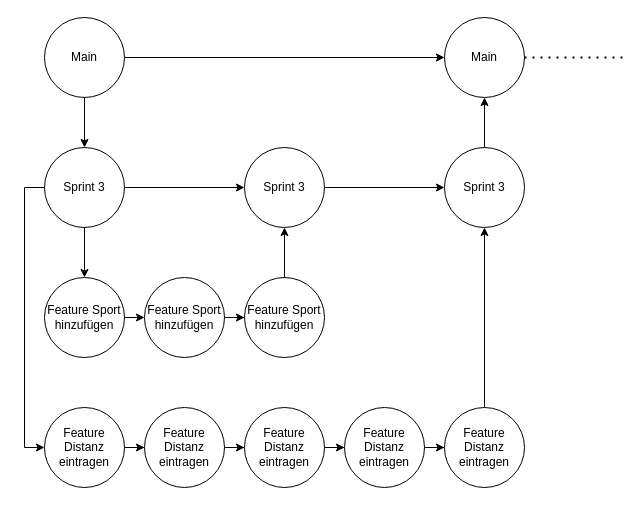
This is Dokumente/Diagramme/Branchregeln pro Sprint Ausgefülltes Beispiel.drawio from JasonDuffy/Sport-Challenge-Project, a draw.io file, before an edit. Source tidied: cells renumbered, new cells numbered last; positions are measured from the earlier drawing's top-left corner, leaving out a move shared by most shapes. Both pictures are drawn from the tidied source at 100%, with x=0, y=0 at pixel (24, 17).
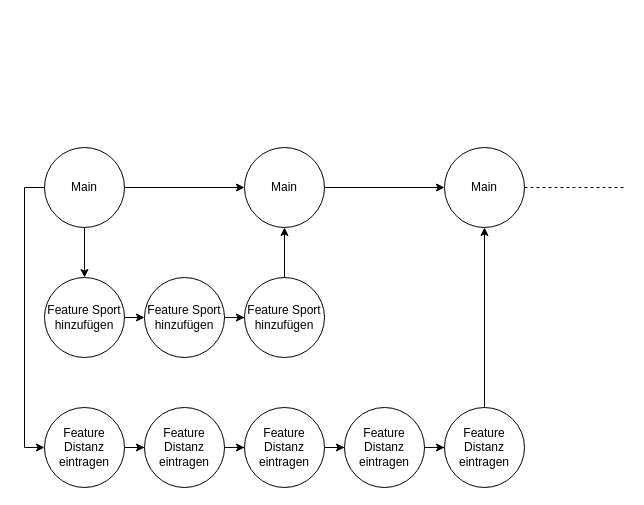
The same diagram, later.

The edit, as a diff of the source:
```diff
@@
-    <mxCell id="2" style="edgeStyle=orthogonalEdgeStyle;rounded=0;jettySize=auto;html=1;entryX=0.5;entryY=0;entryDx=0;entryDy=0;" parent="1" edge="1" source="4" target="9">
-      <mxGeometry relative="1" as="geometry" />
-    </mxCell>
-    <mxCell id="3" style="edgeStyle=orthogonalEdgeStyle;rounded=0;jettySize=auto;html=1;entryX=0;entryY=0.5;entryDx=0;entryDy=0;" parent="1" edge="1" source="4" target="5">
-      <mxGeometry relative="1" as="geometry" />
-    </mxCell>
-    <mxCell id="4" value="&lt;div&gt;Main&lt;/div&gt;" style="ellipse;whiteSpace=wrap;html=1;" parent="1" vertex="1">
-      <mxGeometry x="20" width="80" height="80" as="geometry" />
-    </mxCell>
-    <mxCell id="5" value="&lt;div&gt;Main&lt;/div&gt;" style="ellipse;whiteSpace=wrap;html=1;" parent="1" vertex="1">
-      <mxGeometry x="420" width="80" height="80" as="geometry" />
-    </mxCell>
@@
-    <mxCell id="9" value="&lt;div&gt;Sprint 3&lt;br&gt;&lt;/div&gt;" style="ellipse;whiteSpace=wrap;html=1;" parent="1" vertex="1">
+    <mxCell id="9" value="&lt;div&gt;Main&lt;/div&gt;" style="ellipse;whiteSpace=wrap;html=1;" parent="1" vertex="1">
       <mxGeometry x="20" y="130" width="80" height="80" as="geometry" />
     </mxCell>
@@
-    <mxCell id="17" value="&lt;div&gt;Sprint 3&lt;br&gt;&lt;/div&gt;" style="ellipse;whiteSpace=wrap;html=1;" parent="1" vertex="1">
+    <mxCell id="17" value="Main" style="ellipse;whiteSpace=wrap;html=1;" parent="1" vertex="1">
       <mxGeometry x="220" y="130" width="80" height="80" as="geometry" />
     </mxCell>
@@
-    <mxCell id="28" style="edgeStyle=orthogonalEdgeStyle;rounded=0;jettySize=auto;html=1;entryX=0.5;entryY=1;entryDx=0;entryDy=0;" parent="1" edge="1" source="29" target="5">
-      <mxGeometry relative="1" as="geometry" />
-    </mxCell>
+    <mxCell id="31" style="edgeStyle=orthogonalEdgeStyle;rounded=0;jettySize=auto;html=1;dashed=1;endArrow=none;endFill=0;" parent="1" edge="1" source="29">
+      <mxGeometry relative="1" as="geometry">
+        <mxPoint x="600" y="170" as="targetPoint" />
+      </mxGeometry>
+    </mxCell>
-    <mxCell id="29" value="&lt;div&gt;Sprint 3&lt;br&gt;&lt;/div&gt;" style="ellipse;whiteSpace=wrap;html=1;" parent="1" vertex="1">
+    <mxCell id="29" value="Main" style="ellipse;whiteSpace=wrap;html=1;" parent="1" vertex="1">
       <mxGeometry x="420" y="130" width="80" height="80" as="geometry" />
     </mxCell>
-    <mxCell id="30" style="endArrow=none;dashed=1;html=1;dashPattern=1 3;strokeWidth=2;rounded=0;exitX=1;exitY=0.5;exitDx=0;exitDy=0;" parent="1" edge="1" source="5">
-      <mxGeometry relative="1" as="geometry">
-        <mxPoint x="600" y="40" as="targetPoint" />
-      </mxGeometry>
-    </mxCell>
```
